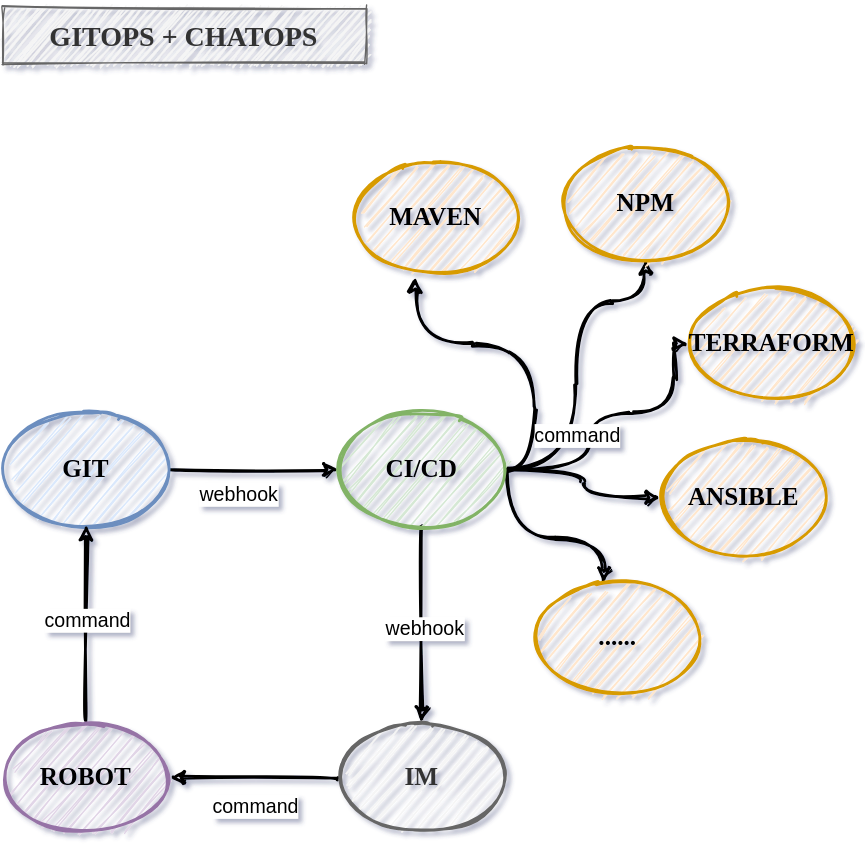
Before: img/gitops+chatops.svg, a diagram exported from draw.io (zhoukuo/blog). Source tidied: cells renumbered, new cells last; positions are measured from the earlier drawing's top-left corner, leaving out a move shared by most shapes.
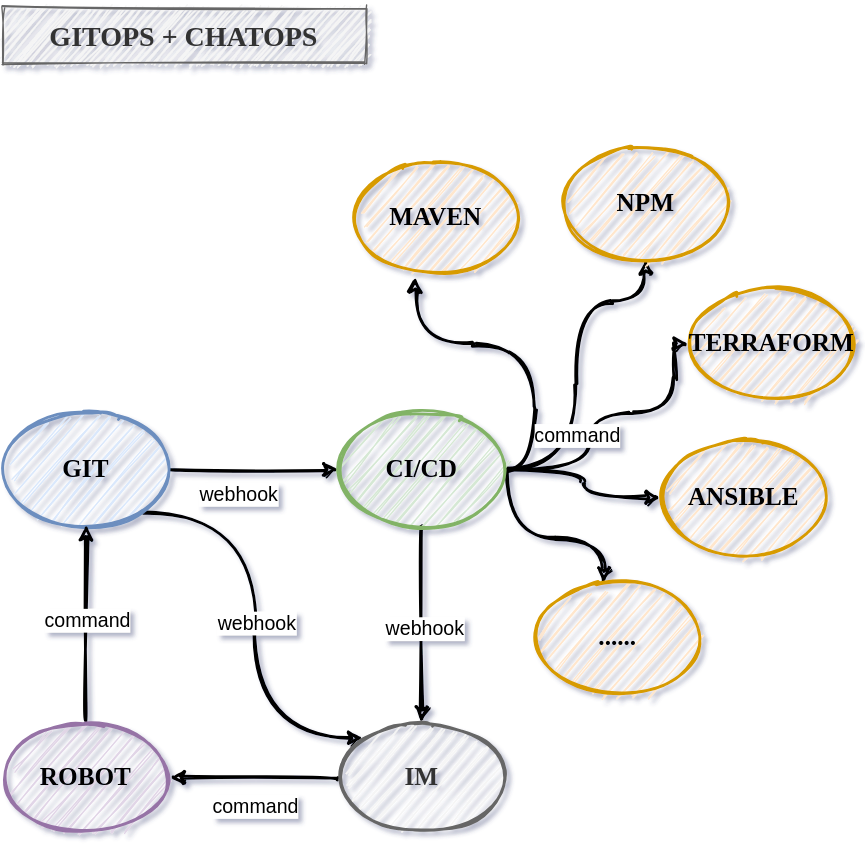
Above is the later version.

Diff of the diagram source:
```diff
@@ -10,6 +10,14 @@
         <mxPoint y="12" as="offset" />
       </mxGeometry>
     </mxCell>
+    <mxCell id="26" style="edgeStyle=orthogonalEdgeStyle;jettySize=auto;html=1;entryX=0;entryY=0;entryDx=0;entryDy=0;curved=1;strokeWidth=2;sketch=1;" parent="1" edge="1" source="4" target="15">
+      <mxGeometry relative="1" as="geometry">
+        <Array as="points">
+          <mxPoint x="180" y="360" />
+          <mxPoint x="180" y="522" />
+        </Array>
+      </mxGeometry>
+    </mxCell>
     <mxCell id="4" value="&lt;h2&gt;&lt;font face=&quot;Comic Sans MS&quot;&gt;GIT&lt;/font&gt;&lt;/h2&gt;" style="ellipse;whiteSpace=wrap;html=1;sketch=1;strokeWidth=2;fillColor=#dae8fc;strokeColor=#6c8ebf;" parent="1" vertex="1">
       <mxGeometry y="290" width="120" height="80" as="geometry" />
     </mxCell>
@@ -100,5 +108,10 @@
     <mxCell id="25" value="&lt;h2&gt;&lt;font face=&quot;Comic Sans MS&quot;&gt;......&lt;/font&gt;&lt;/h2&gt;" style="ellipse;whiteSpace=wrap;html=1;sketch=1;strokeWidth=2;fillColor=#ffe6cc;strokeColor=#d79b00;" parent="1" vertex="1">
       <mxGeometry x="380" y="410" width="120" height="80" as="geometry" />
     </mxCell>
+    <mxCell id="27" value="webhook" style="edgeLabel;html=1;align=center;verticalAlign=middle;fontSize=14;" parent="1" vertex="1">
+      <mxGeometry x="320" y="470" as="geometry">
+        <mxPoint x="-139" y="-31" as="offset" />
+      </mxGeometry>
+    </mxCell>
   </root>
 </mxGraphModel>
```
